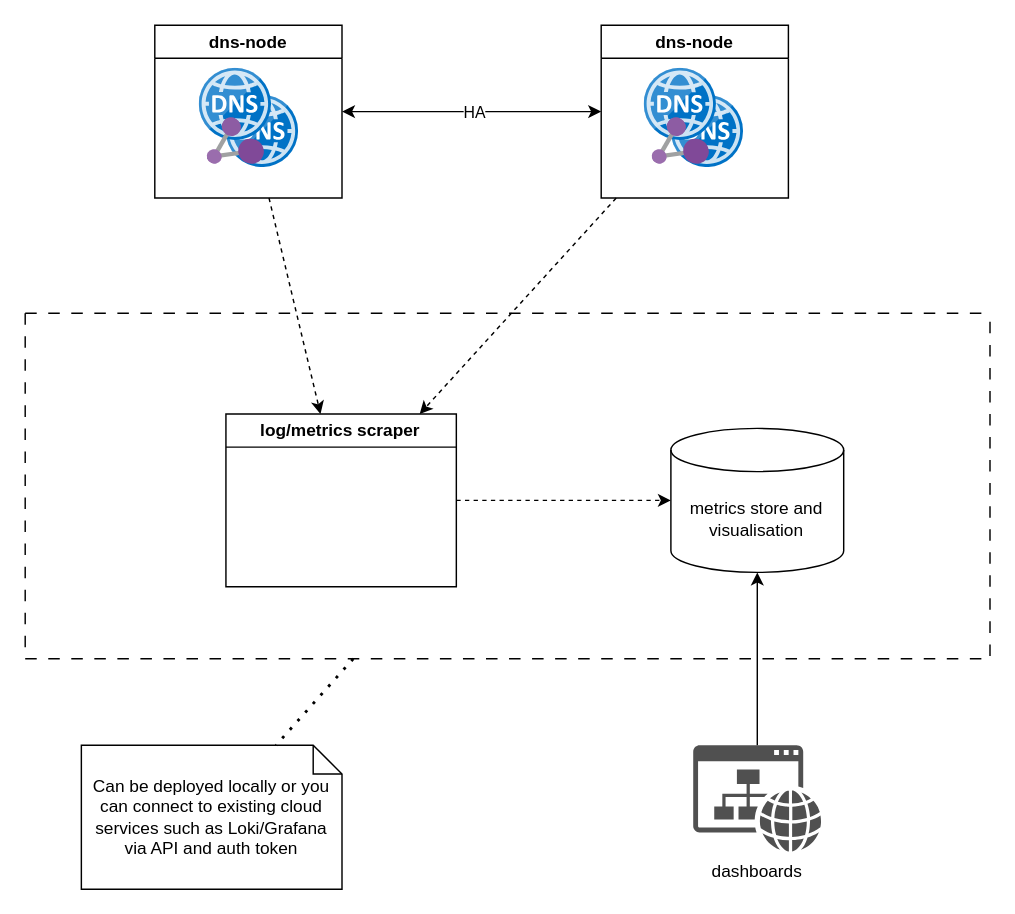
Earlier version of the draw.io diagram page "overview" (1 of 3) of .files/ha-sinkhole-architecture.drawio (davison/ha-sinkhole). Source tidied: cells renumbered, new cells numbered last; positions are measured from the earlier drawing's top-left corner, leaving out a move shared by most shapes. Both pictures are drawn from the tidied source at 144%, with x=0, y=0 at pixel (24, 24).
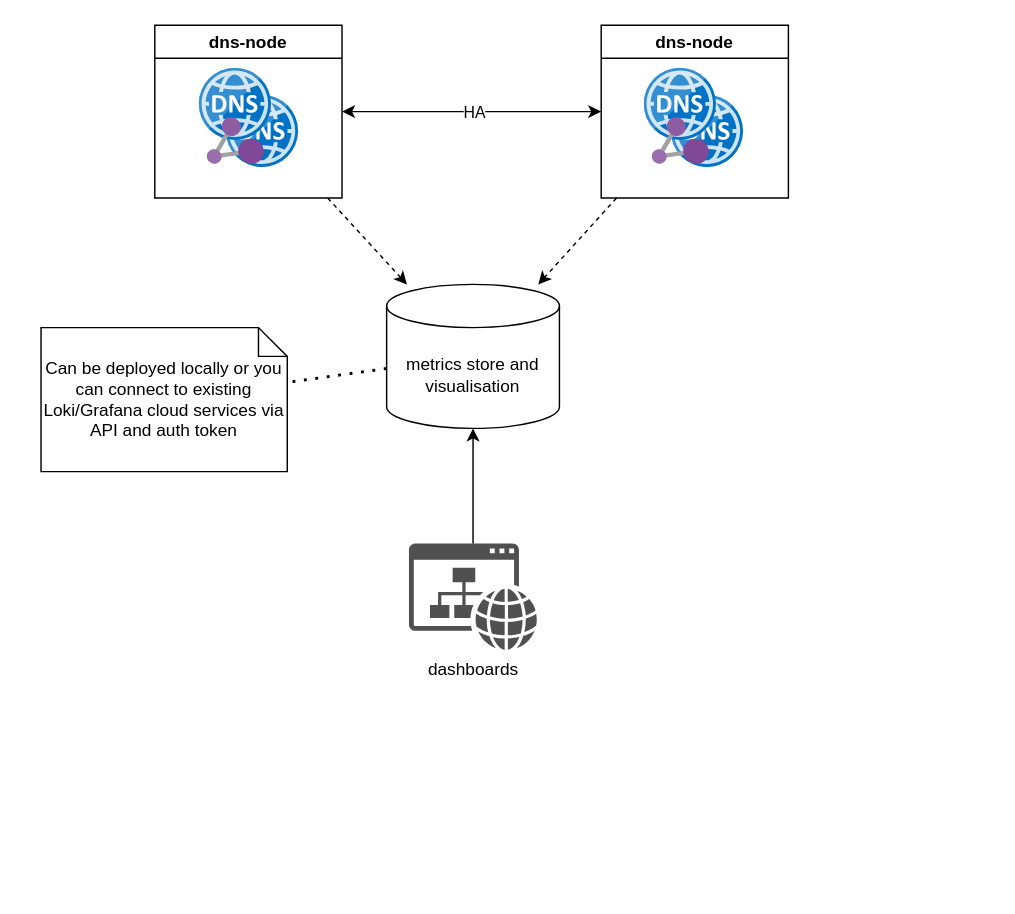
The same diagram, later.

Unchanged cells that the change refers to:
```xml
<mxCell id="6" value="dns-node" style="swimlane;whiteSpace=wrap;html=1;" parent="1" vertex="1">
  <mxGeometry x="90" width="130" height="120" as="geometry" />
</mxCell>
<mxCell id="11" value="dns-node" style="swimlane;whiteSpace=wrap;html=1;" parent="1" vertex="1">
  <mxGeometry x="400" width="130" height="120" as="geometry" />
</mxCell>
```

What changed in the source:
```diff
@@
-    <mxCell id="2" style="swimlane;startSize=0;dashed=1;dashPattern=8 8;" parent="1" vertex="1">
-      <mxGeometry y="200" width="670" height="240" as="geometry" />
-    </mxCell>
-    <mxCell id="3" value="metrics store and visualisation" style="shape=cylinder3;whiteSpace=wrap;html=1;boundedLbl=1;backgroundOutline=1;size=15;" parent="2" vertex="1">
-      <mxGeometry x="448.4" y="80" width="120" height="100" as="geometry" />
-    </mxCell>
-    <mxCell id="4" value="log/metrics scraper" style="swimlane;whiteSpace=wrap;html=1;" parent="2" vertex="1">
-      <mxGeometry x="139.4" y="70" width="160" height="120" as="geometry" />
-    </mxCell>
-    <mxCell id="5" style="endArrow=classic;html=1;rounded=0;dashed=1;" parent="2" edge="1" source="4" target="3">
-      <mxGeometry relative="1" as="geometry" />
-    </mxCell>
@@
-    <mxCell id="18" style="endArrow=classic;html=1;rounded=0;dashed=1;" parent="1" edge="1" source="11" target="4">
+    <mxCell id="18" style="endArrow=classic;html=1;rounded=0;dashed=1;" parent="1" edge="1" source="11" target="3">
       <mxGeometry relative="1" as="geometry" />
     </mxCell>
-    <mxCell id="19" style="endArrow=classic;html=1;rounded=0;dashed=1;" parent="1" edge="1" source="6" target="4">
+    <mxCell id="19" style="endArrow=classic;html=1;rounded=0;dashed=1;" parent="1" edge="1" source="6" target="3">
       <mxGeometry relative="1" as="geometry" />
     </mxCell>
     <mxCell id="20" value="dashboards" style="sketch=0;shadow=0;dashed=0;html=1;strokeColor=none;fillColor=#505050;labelPosition=center;verticalLabelPosition=bottom;verticalAlign=top;outlineConnect=0;align=center;shape=mxgraph.office.concepts.website;" parent="1" vertex="1">
-      <mxGeometry x="463.9" y="500" width="89" height="73.9" as="geometry" />
+      <mxGeometry x="266.5" y="360" width="89" height="73.9" as="geometry" />
     </mxCell>
@@
-    <mxCell id="22" value="Can be deployed locally or you can connect to existing cloud services such as Loki/Grafana via API and auth token" style="shape=note;size=20;whiteSpace=wrap;html=1;fillColor=light-dark(#FFFFFF,#666600);" parent="1" vertex="1">
-      <mxGeometry x="39" y="500" width="181" height="100" as="geometry" />
+    <mxCell id="22" value="Can be deployed locally or you can connect to existing Loki/Grafana cloud services via API and auth token" style="shape=note;size=20;whiteSpace=wrap;html=1;fillColor=light-dark(#FFFFFF,#666600);" parent="1" vertex="1">
+      <mxGeometry x="11" y="210" width="171" height="100" as="geometry" />
     </mxCell>
-    <mxCell id="23" style="endArrow=none;dashed=1;html=1;dashPattern=1 3;strokeWidth=2;rounded=0;" parent="1" edge="1" source="2" target="22">
+    <mxCell id="23" style="endArrow=none;dashed=1;html=1;dashPattern=1 3;strokeWidth=2;rounded=0;" parent="1" edge="1" source="3" target="22">
       <mxGeometry relative="1" as="geometry" />
     </mxCell>
+    <mxCell id="3" value="metrics store and visualisation" style="shape=cylinder3;whiteSpace=wrap;html=1;boundedLbl=1;backgroundOutline=1;size=15;" parent="1" vertex="1">
+      <mxGeometry x="251" y="180" width="120" height="100" as="geometry" />
+    </mxCell>
```
